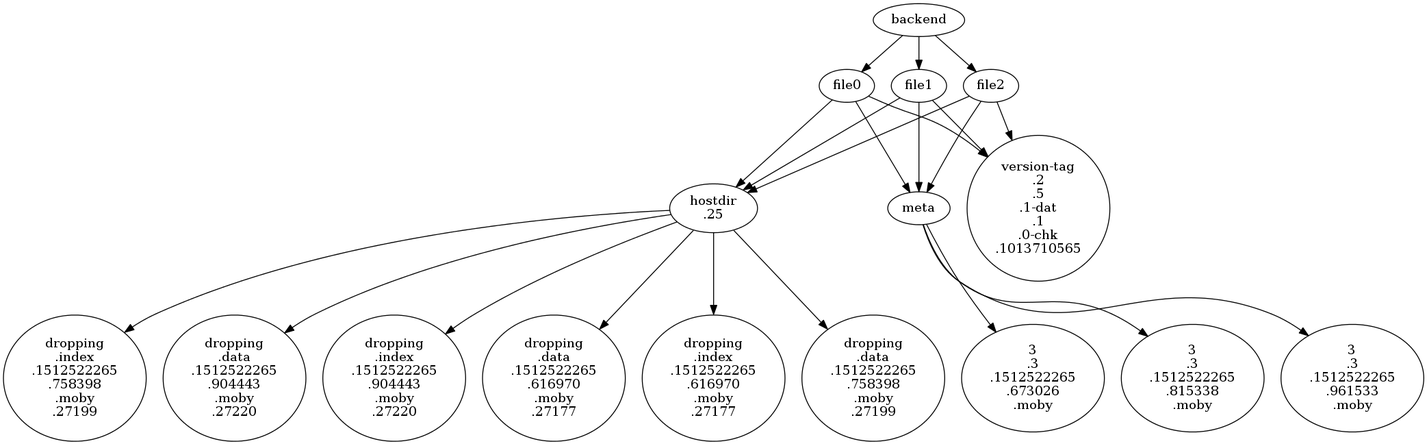
Before: experiments/vizdirs/tree.png, a diagram exported from Graphviz (michaelsevilla/paulocto-popper). Its source is kept beside it as experiments/vizdirs/tree.dot. Source of this version:
```dot
digraph G {
  "backend" -> "file0";
  "backend" -> "file1";
  "backend" -> "file2";
  "file0" -> "hostdir
.25";
  "file0" -> "meta";
  "file0" -> "version-tag
.2
.5
.1-dat
.1
.0-chk
.1013710565";
  "hostdir
.25" -> "dropping
.data
.1512522265
.616970
.moby
.27177";
  "hostdir
.25" -> "dropping
.index
.1512522265
.616970
.moby
.27177";
  "meta" -> "3
.3
.1512522265
.673026
.moby";
  "file1" -> "hostdir
.25";
  "file1" -> "meta";
  "file1" -> "version-tag
.2
.5
.1-dat
.1
.0-chk
.1013710565";
  "hostdir
.25" -> "dropping
.data
.1512522265
.758398
.moby
.27199";
  "hostdir
.25" -> "dropping
.index
.1512522265
.758398
.moby
.27199";
  "meta" -> "3
.3
.1512522265
.815338
.moby";
  "file2" -> "hostdir
.25";
  "file2" -> "meta";
  "file2" -> "version-tag
.2
.5
.1-dat
.1
.0-chk
.1013710565";
  "hostdir
.25" -> "dropping
.data
.1512522265
.904443
.moby
.27220";
  "hostdir
.25" -> "dropping
.index
.1512522265
.904443
.moby
.27220";
  "meta" -> "3
.3
.1512522265
.961533
.moby";
}
```
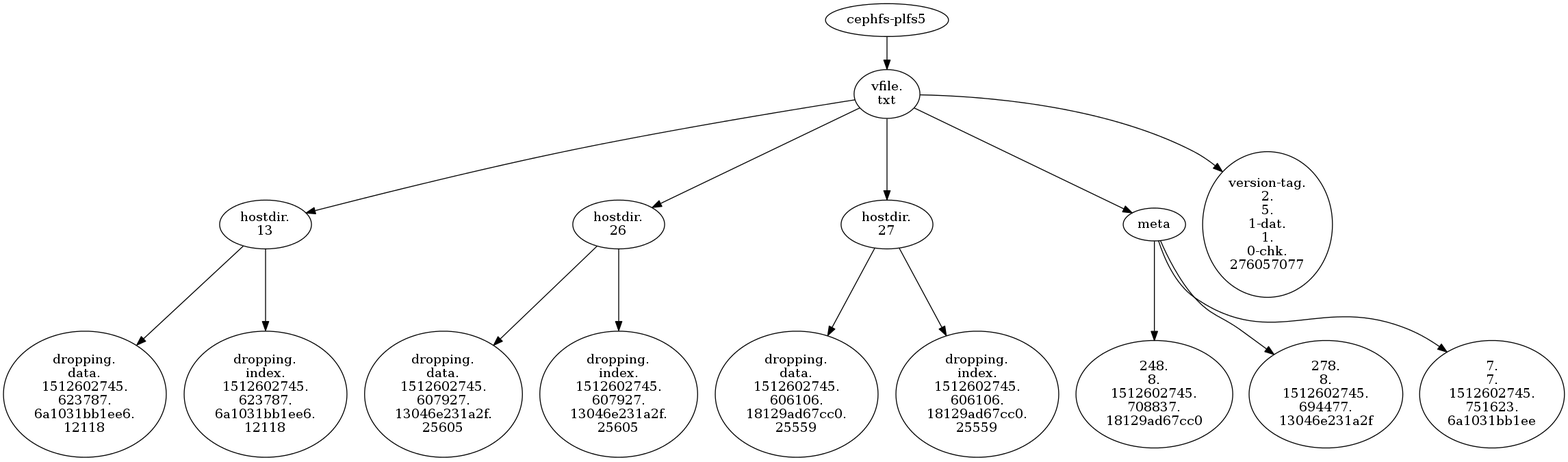
The same file after the commit.

Commit message:
benchmark: plfs with multiple clients

Change to the diagram source:
```diff
@@ -1,92 +1,16 @@
-digraph G {
-  "backend" -> "file0";
-  "backend" -> "file1";
-  "backend" -> "file2";
-  "file0" -> "hostdir
-.25";
-  "file0" -> "meta";
-  "file0" -> "version-tag
-.2
-.5
-.1-dat
-.1
-.0-chk
-.1013710565";
-  "hostdir
-.25" -> "dropping
-.data
-.1512522265
-.616970
-.moby
-.27177";
-  "hostdir
-.25" -> "dropping
-.index
-.1512522265
-.616970
-.moby
-.27177";
-  "meta" -> "3
-.3
-.1512522265
-.673026
-.moby";
-  "file1" -> "hostdir
-.25";
-  "file1" -> "meta";
-  "file1" -> "version-tag
-.2
-.5
-.1-dat
-.1
-.0-chk
-.1013710565";
-  "hostdir
-.25" -> "dropping
-.data
-.1512522265
-.758398
-.moby
-.27199";
-  "hostdir
-.25" -> "dropping
-.index
-.1512522265
-.758398
-.moby
-.27199";
-  "meta" -> "3
-.3
-.1512522265
-.815338
-.moby";
-  "file2" -> "hostdir
-.25";
-  "file2" -> "meta";
-  "file2" -> "version-tag
-.2
-.5
-.1-dat
-.1
-.0-chk
-.1013710565";
-  "hostdir
-.25" -> "dropping
-.data
-.1512522265
-.904443
-.moby
-.27220";
-  "hostdir
-.25" -> "dropping
-.index
-.1512522265
-.904443
-.moby
-.27220";
-  "meta" -> "3
-.3
-.1512522265
-.961533
-.moby";
+digraph G {"cephfs-plfs5" -> "vfile.\ntxt";
+"vfile.\ntxt" -> "hostdir.\n13";
+"vfile.\ntxt" -> "hostdir.\n26";
+"vfile.\ntxt" -> "hostdir.\n27";
+"vfile.\ntxt" -> "meta";
+"vfile.\ntxt" -> "version-tag.\n2.\n5.\n1-dat.\n1.\n0-chk.\n276057077";
+"hostdir.\n13" -> "dropping.\ndata.\n1512602745.\n623787.\n6a1031bb1ee6.\n12118";
+"hostdir.\n13" -> "dropping.\nindex.\n1512602745.\n623787.\n6a1031bb1ee6.\n12118";
+"hostdir.\n26" -> "dropping.\ndata.\n1512602745.\n607927.\n13046e231a2f.\n25605";
+"hostdir.\n26" -> "dropping.\nindex.\n1512602745.\n607927.\n13046e231a2f.\n25605";
+"hostdir.\n27" -> "dropping.\ndata.\n1512602745.\n606106.\n18129ad67cc0.\n25559";
+"hostdir.\n27" -> "dropping.\nindex.\n1512602745.\n606106.\n18129ad67cc0.\n25559";
+"meta" -> "248.\n8.\n1512602745.\n708837.\n18129ad67cc0";
+"meta" -> "278.\n8.\n1512602745.\n694477.\n13046e231a2f";
+"meta" -> "7.\n7.\n1512602745.\n751623.\n6a1031bb1ee";
 }
```
